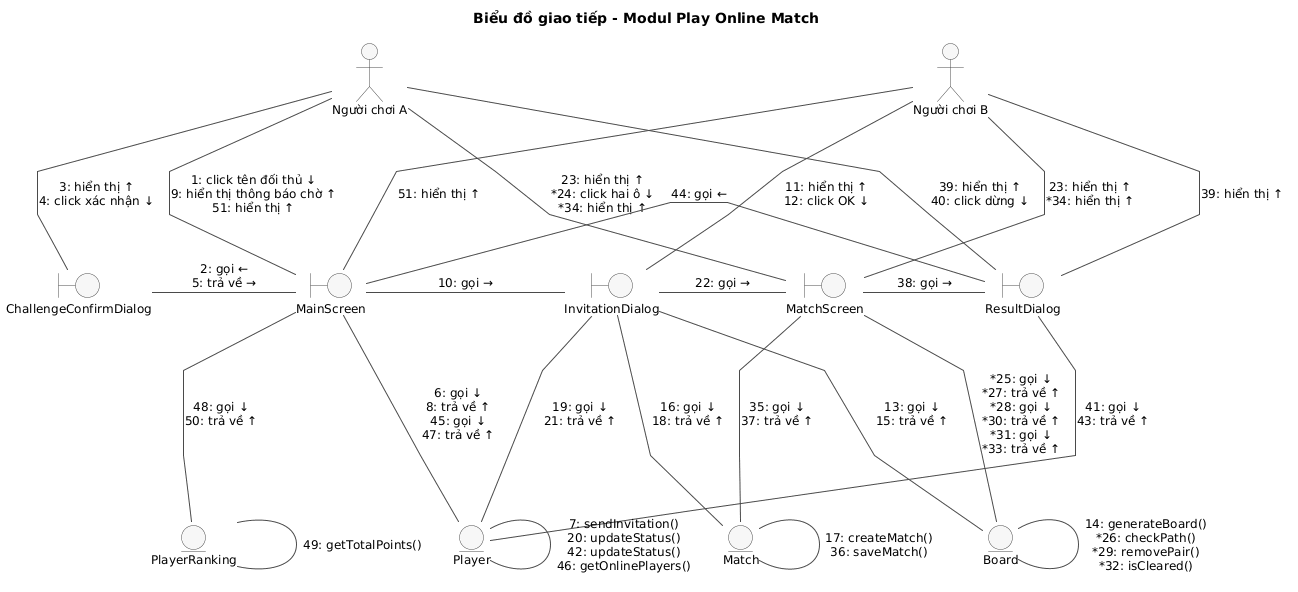
The PlantUML diagram docs/uml/pha2/comm-m3.png in VattenL/mobile-pikachu, before a commit.
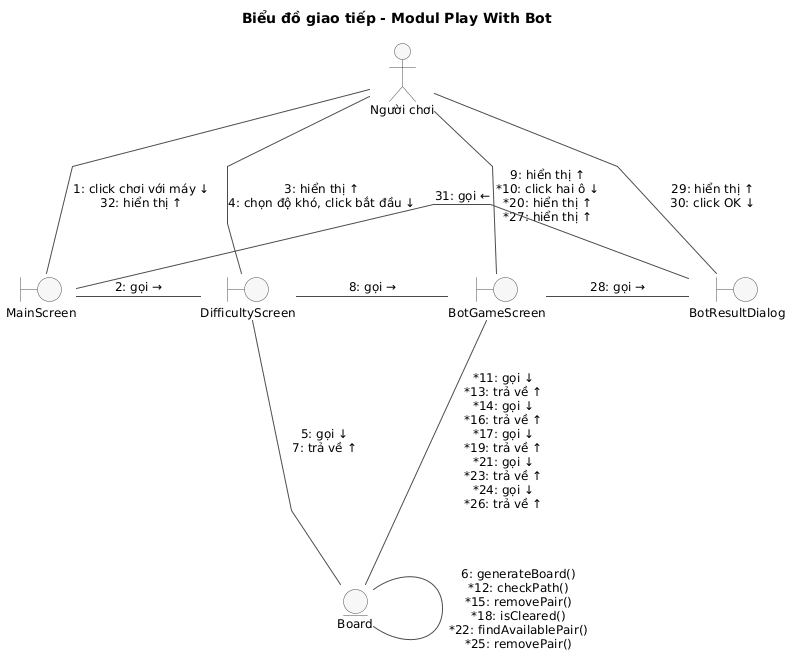
The same file after the commit.

What changed in the source:
```diff
@@ -1,10 +1,10 @@
 @startuml
-title Biểu đồ giao tiếp - Modul Play Online Match
+title Biểu đồ giao tiếp - Modul Play With Bot
 
 skinparam shadowing false
 skinparam linetype polyline
-skinparam nodesep 60
-skinparam ranksep 110
+skinparam nodesep 70
+skinparam ranksep 100
 skinparam defaultFontSize 12
 skinparam ArrowColor #4A4A4A
 skinparam actor {
@@ -20,46 +20,24 @@
   BorderColor #4A4A4A
 }
 
-actor "Người chơi B" as B
-actor "Người chơi A" as A
+actor "Người chơi" as Actor
 
-boundary ChallengeConfirmDialog
 boundary MainScreen
-boundary InvitationDialog
-boundary MatchScreen
-boundary ResultDialog
+boundary DifficultyScreen
+boundary BotGameScreen
+boundary BotResultDialog
 
-entity Player
-entity PlayerRanking
-entity Match
 entity Board
 
-A -down- MainScreen : "1: click tên đối thủ ↓\n9: hiển thị thông báo chờ ↑\n51: hiển thị ↑"
-A -down- ChallengeConfirmDialog : "3: hiển thị ↑\n4: click xác nhận ↓"
-B -down- MainScreen : "51: hiển thị ↑"
-B -down- InvitationDialog : "11: hiển thị ↑\n12: click OK ↓"
-A -down- MatchScreen : "23: hiển thị ↑\n<U+002A>24: click hai ô ↓\n<U+002A>34: hiển thị ↑"
-B -down- MatchScreen : "23: hiển thị ↑\n<U+002A>34: hiển thị ↑"
-A -down- ResultDialog : "39: hiển thị ↑\n40: click dừng ↓"
-B -down- ResultDialog : "39: hiển thị ↑"
-
-ChallengeConfirmDialog -right- MainScreen : "2: gọi ←\n5: trả về →"
-MainScreen -right- InvitationDialog : "10: gọi →"
-InvitationDialog -right- MatchScreen : "22: gọi →"
-MatchScreen -right- ResultDialog : "38: gọi →"
-ResultDialog -[norank]- MainScreen : "44: gọi ←"
-
-MainScreen -down- Player : "6: gọi ↓\n8: trả về ↑\n45: gọi ↓\n47: trả về ↑"
-MainScreen -down- PlayerRanking : "48: gọi ↓\n50: trả về ↑"
-InvitationDialog -down- Board : "13: gọi ↓\n15: trả về ↑"
-InvitationDialog -down- Match : "16: gọi ↓\n18: trả về ↑"
-InvitationDialog -down- Player : "19: gọi ↓\n21: trả về ↑"
-MatchScreen -down- Board : "<U+002A>25: gọi ↓\n<U+002A>27: trả về ↑\n<U+002A>28: gọi ↓\n<U+002A>30: trả về ↑\n<U+002A>31: gọi ↓\n<U+002A>33: trả về ↑"
-MatchScreen -down- Match : "35: gọi ↓\n37: trả về ↑"
-ResultDialog -down- Player : "41: gọi ↓\n43: trả về ↑"
-
-Player -[norank]- Player : "7: sendInvitation()\n20: updateStatus()\n42: updateStatus()\n46: getOnlinePlayers()"
-PlayerRanking -[norank]- PlayerRanking : "49: getTotalPoints()"
-Match -[norank]- Match : "17: createMatch()\n36: saveMatch()"
-Board -[norank]- Board : "14: generateBoard()\n<U+002A>26: checkPath()\n<U+002A>29: removePair()\n<U+002A>32: isCleared()"
+Actor -down- MainScreen : "1: click chơi với máy ↓\n32: hiển thị ↑"
+Actor -down- DifficultyScreen : "3: hiển thị ↑\n4: chọn độ khó, click bắt đầu ↓"
+Actor -down- BotGameScreen : "9: hiển thị ↑\n<U+002A>10: click hai ô ↓\n<U+002A>20: hiển thị ↑\n<U+002A>27: hiển thị ↑"
+Actor -down- BotResultDialog : "29: hiển thị ↑\n30: click OK ↓"
+MainScreen -right- DifficultyScreen : "2: gọi →"
+DifficultyScreen -right- BotGameScreen : "8: gọi →"
+BotGameScreen -right- BotResultDialog : "28: gọi →"
+BotResultDialog -[norank]- MainScreen : "31: gọi ←"
+DifficultyScreen -down- Board : "5: gọi ↓\n7: trả về ↑"
+BotGameScreen -down- Board : "<U+002A>11: gọi ↓\n<U+002A>13: trả về ↑\n<U+002A>14: gọi ↓\n<U+002A>16: trả về ↑\n<U+002A>17: gọi ↓\n<U+002A>19: trả về ↑\n<U+002A>21: gọi ↓\n<U+002A>23: trả về ↑\n<U+002A>24: gọi ↓\n<U+002A>26: trả về ↑"
+Board -right- Board : "6: generateBoard()\n<U+002A>12: checkPath()\n<U+002A>15: removePair()\n<U+002A>18: isCleared()\n<U+002A>22: findAvailablePair()\n<U+002A>25: removePair()"
 @enduml
```
